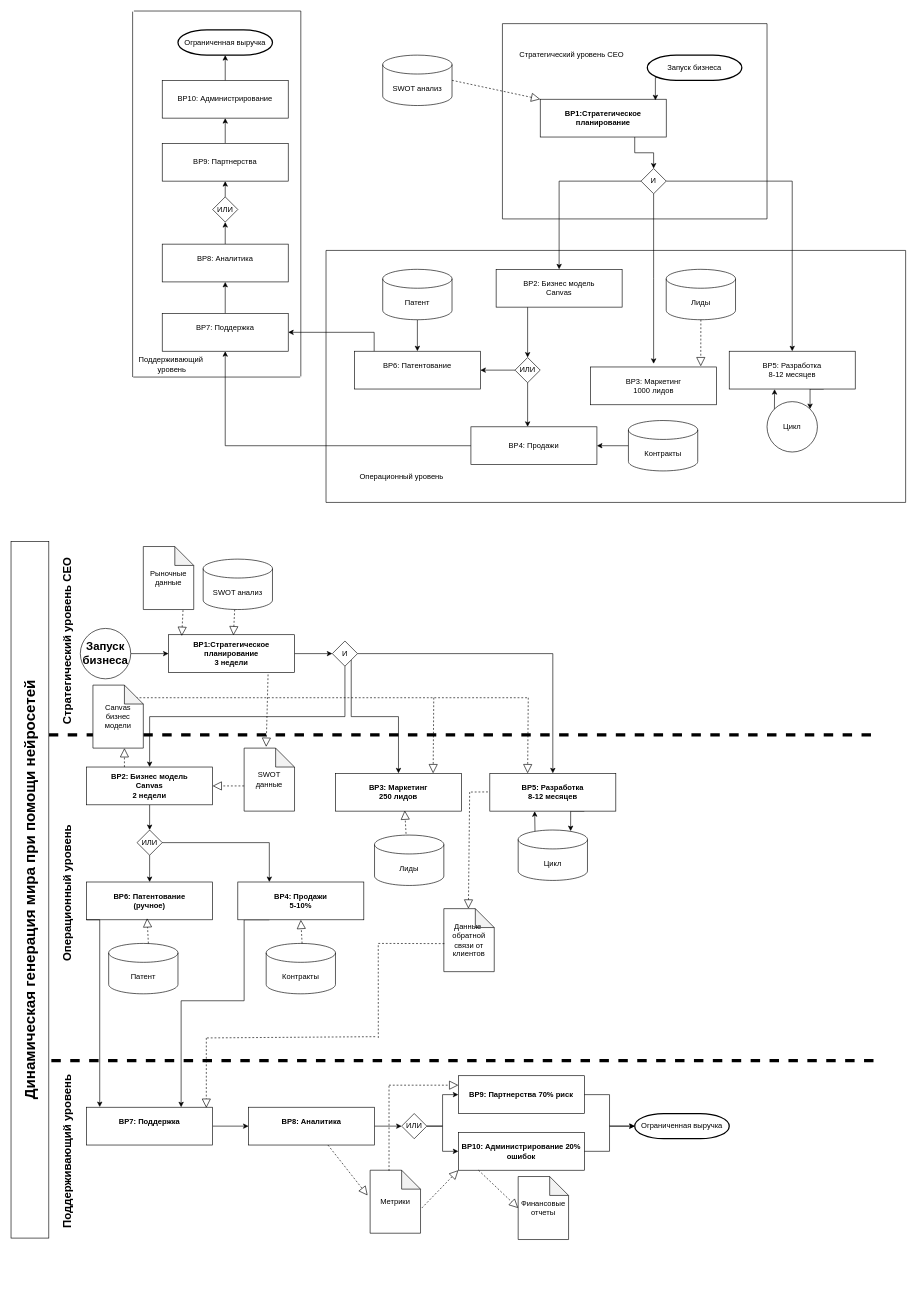
Before: AS IS.drawio in Slavik993/Diplom_Shebanov_2026, a draw.io diagram. Source tidied: cells renumbered, new cells numbered last; positions are measured from the earlier drawing's top-left corner, leaving out a move shared by most shapes. Both pictures are drawn from the tidied source at 63%, with x=0, y=0 at pixel (-319, 11).
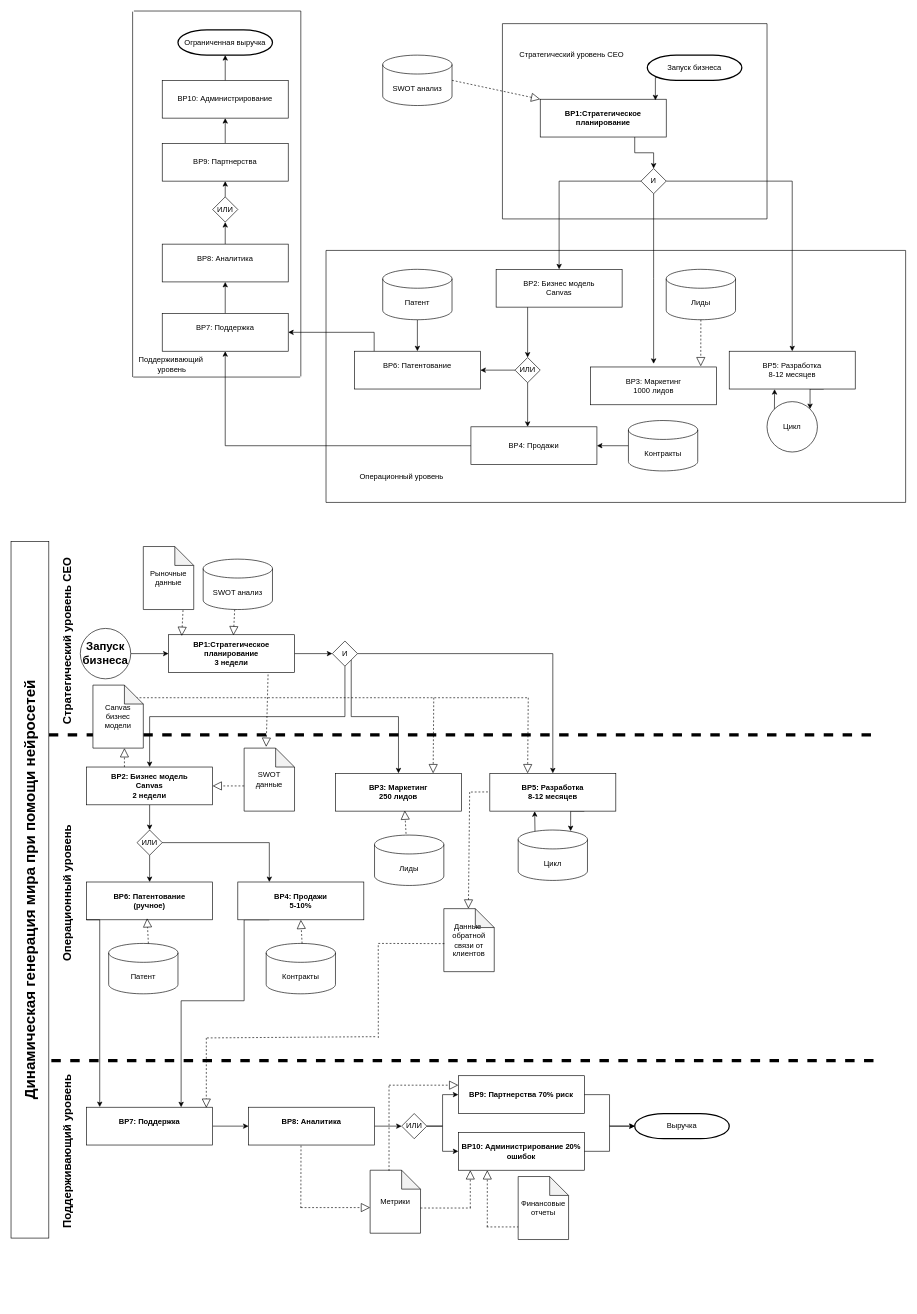
Above is the later version.

Unchanged cells that the change refers to:
```xml
<mxCell id="100" value="&lt;b&gt;BP10: Администрирование 20% ошибок&lt;/b&gt;" style="rounded=0;whiteSpace=wrap;html=1;" parent="1" vertex="1">
  <mxGeometry x="1233" y="1780" width="200" height="60" as="geometry" />
</mxCell>
<mxCell id="116" value="Метрики" style="shape=note;whiteSpace=wrap;html=1;backgroundOutline=1;darkOpacity=0.05;" parent="1" vertex="1">
  <mxGeometry x="1093" y="1840" width="80" height="100" as="geometry" />
</mxCell>
<mxCell id="121" value="Финансовые отчеты" style="shape=note;whiteSpace=wrap;html=1;backgroundOutline=1;darkOpacity=0.05;" parent="1" vertex="1">
  <mxGeometry x="1328" y="1850" width="80" height="100" as="geometry" />
</mxCell>
```

Change to the diagram source:
```diff
@@
-    <mxCell id="101" value="Ограниченная выручка" style="strokeWidth=2;html=1;shape=mxgraph.flowchart.terminator;whiteSpace=wrap;" parent="1" vertex="1">
+    <mxCell id="101" value="Выручка" style="strokeWidth=2;html=1;shape=mxgraph.flowchart.terminator;whiteSpace=wrap;" parent="1" vertex="1">
       <mxGeometry x="1513" y="1750" width="150" height="40" as="geometry" />
     </mxCell>
@@
-    <mxCell id="117" style="endArrow=block;dashed=1;endFill=0;endSize=12;html=1;rounded=0;exitX=0.79;exitY=1.085;exitDx=0;exitDy=0;exitPerimeter=0;entryX=-0.05;entryY=0.4;entryDx=0;entryDy=0;entryPerimeter=0;" parent="1" edge="1" target="116">
-      <mxGeometry relative="1" as="geometry">
-        <mxPoint x="1026" y="1800" as="sourcePoint" />
-      </mxGeometry>
-    </mxCell>
-    <mxCell id="118" style="endArrow=block;dashed=1;endFill=0;endSize=12;html=1;rounded=0;exitX=0.79;exitY=1.085;exitDx=0;exitDy=0;exitPerimeter=0;entryX=0;entryY=1;entryDx=0;entryDy=0;" parent="1" edge="1" target="100">
-      <mxGeometry relative="1" as="geometry">
-        <mxPoint x="1175" y="1900" as="sourcePoint" />
-      </mxGeometry>
-    </mxCell>
@@
-    <mxCell id="122" style="endArrow=block;dashed=1;endFill=0;endSize=12;html=1;rounded=0;exitX=0.79;exitY=1.085;exitDx=0;exitDy=0;exitPerimeter=0;entryX=0;entryY=0.5;entryDx=0;entryDy=0;entryPerimeter=0;" parent="1" edge="1" target="121">
-      <mxGeometry relative="1" as="geometry">
-        <mxPoint x="1265" y="1840" as="sourcePoint" />
-      </mxGeometry>
-    </mxCell>
@@
+    <mxCell id="130" style="endArrow=none;dashed=1;html=1;rounded=0;" parent="1" edge="1">
+      <mxGeometry relative="1" as="geometry">
+        <mxPoint x="983" y="1900" as="sourcePoint" />
+        <mxPoint x="983.3" y="1800" as="targetPoint" />
+      </mxGeometry>
+    </mxCell>
+    <mxCell id="131" style="endArrow=block;dashed=1;endFill=0;endSize=12;html=1;rounded=0;entryX=0;entryY=0.25;entryDx=0;entryDy=0;" parent="1" edge="1">
+      <mxGeometry relative="1" as="geometry">
+        <mxPoint x="983" y="1899.3" as="sourcePoint" />
+        <mxPoint x="1093" y="1899.3" as="targetPoint" />
+      </mxGeometry>
+    </mxCell>
+    <mxCell id="132" style="endArrow=block;dashed=1;endFill=0;endSize=12;html=1;rounded=0;entryX=0.25;entryY=1;entryDx=0;entryDy=0;" parent="1" edge="1">
+      <mxGeometry relative="1" as="geometry">
+        <mxPoint x="1252" y="1900" as="sourcePoint" />
+        <mxPoint x="1252" y="1840" as="targetPoint" />
+      </mxGeometry>
+    </mxCell>
+    <mxCell id="133" style="endArrow=none;dashed=1;html=1;rounded=0;" parent="1" edge="1">
+      <mxGeometry relative="1" as="geometry">
+        <mxPoint x="1173" y="1900" as="sourcePoint" />
+        <mxPoint x="1253" y="1900" as="targetPoint" />
+      </mxGeometry>
+    </mxCell>
+    <mxCell id="134" style="endArrow=none;dashed=1;html=1;rounded=0;" parent="1" edge="1">
+      <mxGeometry relative="1" as="geometry">
+        <mxPoint x="1278" y="1930" as="sourcePoint" />
+        <mxPoint x="1328" y="1930" as="targetPoint" />
+      </mxGeometry>
+    </mxCell>
+    <mxCell id="135" style="endArrow=block;dashed=1;endFill=0;endSize=12;html=1;rounded=0;entryX=0.25;entryY=1;entryDx=0;entryDy=0;" parent="1" edge="1">
+      <mxGeometry relative="1" as="geometry">
+        <mxPoint x="1279" y="1930" as="sourcePoint" />
+        <mxPoint x="1279" y="1840" as="targetPoint" />
+      </mxGeometry>
+    </mxCell>
```
